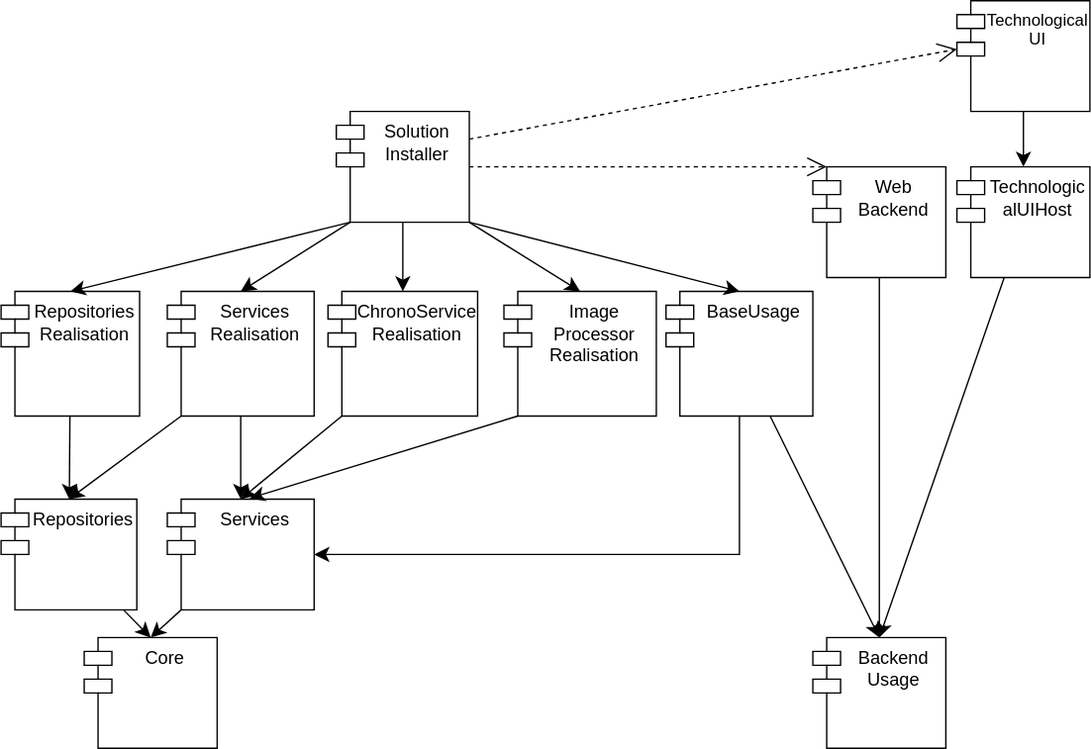
Before: img/components.svg, a diagram exported from draw.io (Kukushenok/competitive-math-game). Source tidied: cells renumbered, new cells last; positions are measured from the earlier drawing's top-left corner, leaving out a move shared by most shapes. Source of this version:
```xml
<mxGraphModel>
  <root>
    <mxCell id="0" />
    <mxCell id="1" parent="0" />
    <mxCell id="2" value="Core" style="shape=module;align=left;spacingLeft=20;align=center;verticalAlign=top;whiteSpace=wrap;html=1;fontSize=13;" parent="1" vertex="1">
      <mxGeometry x="60" y="460" width="96" height="80" as="geometry" />
    </mxCell>
    <mxCell id="3" style="edgeStyle=none;curved=1;rounded=0;jettySize=auto;html=1;entryX=0.5;entryY=0;entryDx=0;entryDy=0;fontSize=13;startSize=8;endSize=8;" parent="1" edge="1" source="4" target="2">
      <mxGeometry relative="1" as="geometry" />
    </mxCell>
    <mxCell id="4" value="Repositories" style="shape=module;align=left;spacingLeft=20;align=center;verticalAlign=top;whiteSpace=wrap;html=1;fontSize=13;" parent="1" vertex="1">
      <mxGeometry y="360" width="98" height="80" as="geometry" />
    </mxCell>
    <mxCell id="5" style="edgeStyle=none;curved=1;rounded=0;jettySize=auto;html=1;entryX=0.5;entryY=0;entryDx=0;entryDy=0;fontSize=13;startSize=8;endSize=8;exitX=0;exitY=1;exitDx=10;exitDy=0;exitPerimeter=0;" parent="1" edge="1" source="6" target="2">
      <mxGeometry relative="1" as="geometry" />
    </mxCell>
    <mxCell id="6" value="Services" style="shape=module;align=left;spacingLeft=20;align=center;verticalAlign=top;whiteSpace=wrap;html=1;fontSize=13;" parent="1" vertex="1">
      <mxGeometry x="120" y="360" width="106" height="80" as="geometry" />
    </mxCell>
    <mxCell id="7" style="edgeStyle=none;curved=1;rounded=0;jettySize=auto;html=1;fontSize=13;startSize=8;endSize=8;" parent="1" edge="1" source="8" target="4">
      <mxGeometry relative="1" as="geometry" />
    </mxCell>
    <mxCell id="8" value="Repositories&lt;div&gt;Realisation&lt;/div&gt;" style="shape=module;align=left;spacingLeft=20;align=center;verticalAlign=top;whiteSpace=wrap;html=1;fontSize=13;" parent="1" vertex="1">
      <mxGeometry y="210" width="100" height="90" as="geometry" />
    </mxCell>
    <mxCell id="9" style="edgeStyle=none;curved=1;rounded=0;jettySize=auto;html=1;fontSize=13;startSize=8;endSize=8;" parent="1" edge="1" source="11" target="6">
      <mxGeometry relative="1" as="geometry" />
    </mxCell>
    <mxCell id="10" style="edgeStyle=none;curved=1;rounded=0;jettySize=auto;html=1;entryX=0.5;entryY=0;entryDx=0;entryDy=0;fontSize=13;startSize=8;endSize=8;exitX=0;exitY=1;exitDx=10;exitDy=0;exitPerimeter=0;" parent="1" edge="1" source="11" target="4">
      <mxGeometry relative="1" as="geometry" />
    </mxCell>
    <mxCell id="11" value="Services&lt;div&gt;Realisation&lt;/div&gt;" style="shape=module;align=left;spacingLeft=20;align=center;verticalAlign=top;whiteSpace=wrap;html=1;fontSize=13;" parent="1" vertex="1">
      <mxGeometry x="120" y="210" width="106" height="90" as="geometry" />
    </mxCell>
    <mxCell id="12" value="Backend&lt;br&gt;Usage" style="shape=module;align=left;spacingLeft=20;align=center;verticalAlign=top;whiteSpace=wrap;html=1;fontSize=13;" parent="1" vertex="1">
      <mxGeometry x="586" y="460" width="96" height="80" as="geometry" />
    </mxCell>
    <mxCell id="13" style="edgeStyle=none;curved=1;rounded=0;jettySize=auto;html=1;entryX=0.5;entryY=0;entryDx=0;entryDy=0;fontSize=13;startSize=8;endSize=8;" parent="1" edge="1" source="14" target="12">
      <mxGeometry relative="1" as="geometry" />
    </mxCell>
    <mxCell id="14" value="BaseUsage" style="shape=module;align=left;spacingLeft=20;align=center;verticalAlign=top;whiteSpace=wrap;html=1;fontSize=13;" parent="1" vertex="1">
      <mxGeometry x="480" y="210" width="106" height="90" as="geometry" />
    </mxCell>
    <mxCell id="15" style="edgeStyle=none;curved=1;rounded=0;jettySize=auto;html=1;entryX=0.5;entryY=0;entryDx=0;entryDy=0;fontSize=13;startSize=8;endSize=8;exitX=0;exitY=1;exitDx=10;exitDy=0;exitPerimeter=0;" parent="1" edge="1" source="20" target="8">
      <mxGeometry relative="1" as="geometry" />
    </mxCell>
    <mxCell id="16" style="edgeStyle=none;curved=1;rounded=0;jettySize=auto;html=1;entryX=0.5;entryY=0;entryDx=0;entryDy=0;fontSize=13;startSize=8;endSize=8;exitX=0;exitY=1;exitDx=10;exitDy=0;exitPerimeter=0;" parent="1" edge="1" source="20" target="11">
      <mxGeometry relative="1" as="geometry" />
    </mxCell>
    <mxCell id="17" style="edgeStyle=none;curved=1;rounded=0;jettySize=auto;html=1;entryX=0.5;entryY=0;entryDx=0;entryDy=0;fontSize=13;startSize=8;endSize=8;exitX=0.5;exitY=1;exitDx=0;exitDy=0;" parent="1" edge="1" source="20" target="28">
      <mxGeometry relative="1" as="geometry" />
    </mxCell>
    <mxCell id="18" style="edgeStyle=none;curved=1;rounded=0;jettySize=auto;html=1;entryX=0.5;entryY=0;entryDx=0;entryDy=0;fontSize=13;startSize=8;endSize=8;exitX=1;exitY=1;exitDx=0;exitDy=0;" parent="1" edge="1" source="20" target="30">
      <mxGeometry relative="1" as="geometry" />
    </mxCell>
    <mxCell id="19" style="edgeStyle=none;curved=1;rounded=0;jettySize=auto;html=1;exitX=1;exitY=1;exitDx=0;exitDy=0;entryX=0.5;entryY=0;entryDx=0;entryDy=0;fontSize=13;startSize=8;endSize=8;" parent="1" edge="1" source="20" target="14">
      <mxGeometry relative="1" as="geometry" />
    </mxCell>
    <mxCell id="20" value="Solution&lt;br&gt;Installer" style="shape=module;align=left;spacingLeft=20;align=center;verticalAlign=top;whiteSpace=wrap;html=1;fontSize=13;" parent="1" vertex="1">
      <mxGeometry x="242" y="80" width="96" height="80" as="geometry" />
    </mxCell>
    <mxCell id="21" style="rounded=0;jettySize=auto;html=1;exitX=0.5;exitY=1;exitDx=0;exitDy=0;fontSize=13;entryX=0.5;entryY=0;entryDx=0;entryDy=0;" parent="1" edge="1" source="22" target="12">
      <mxGeometry relative="1" as="geometry" />
    </mxCell>
    <mxCell id="22" value="Web&lt;br&gt;Backend" style="shape=module;align=left;spacingLeft=20;align=center;verticalAlign=top;whiteSpace=wrap;html=1;fontSize=13;" parent="1" vertex="1">
      <mxGeometry x="586" y="120" width="96" height="80" as="geometry" />
    </mxCell>
    <mxCell id="23" style="edgeStyle=none;curved=1;rounded=0;jettySize=auto;html=1;entryX=0.5;entryY=0;entryDx=0;entryDy=0;fontSize=13;startSize=8;endSize=8;" parent="1" edge="1" source="24" target="26">
      <mxGeometry relative="1" as="geometry" />
    </mxCell>
    <mxCell id="24" value="Technological&lt;br&gt;UI" style="shape=module;align=left;spacingLeft=20;align=center;verticalAlign=top;whiteSpace=wrap;html=1;fontSize=12;" parent="1" vertex="1">
      <mxGeometry x="690" width="96" height="80" as="geometry" />
    </mxCell>
    <mxCell id="25" style="edgeStyle=none;curved=1;rounded=0;jettySize=auto;html=1;entryX=0.5;entryY=0;entryDx=0;entryDy=0;fontSize=13;startSize=8;endSize=8;" parent="1" edge="1" source="26" target="12">
      <mxGeometry relative="1" as="geometry" />
    </mxCell>
    <mxCell id="26" value="Technologic&lt;br&gt;alUIHost" style="shape=module;align=left;spacingLeft=20;align=center;verticalAlign=top;whiteSpace=wrap;html=1;fontSize=13;" parent="1" vertex="1">
      <mxGeometry x="690" y="120" width="96" height="80" as="geometry" />
    </mxCell>
    <mxCell id="27" style="edgeStyle=none;curved=1;rounded=0;jettySize=auto;html=1;fontSize=13;startSize=8;endSize=8;exitX=0;exitY=1;exitDx=10;exitDy=0;exitPerimeter=0;" parent="1" edge="1" source="28">
      <mxGeometry relative="1" as="geometry">
        <mxPoint x="173" y="360" as="targetPoint" />
      </mxGeometry>
    </mxCell>
    <mxCell id="28" value="ChronoService&lt;br&gt;Realisation" style="shape=module;align=left;spacingLeft=20;align=center;verticalAlign=top;whiteSpace=wrap;html=1;fontSize=13;" parent="1" vertex="1">
      <mxGeometry x="236" y="210" width="108" height="90" as="geometry" />
    </mxCell>
    <mxCell id="29" style="edgeStyle=none;curved=1;rounded=0;jettySize=auto;html=1;entryX=0.561;entryY=-0.007;entryDx=0;entryDy=0;fontSize=13;startSize=8;endSize=8;exitX=0;exitY=1;exitDx=10;exitDy=0;exitPerimeter=0;entryPerimeter=0;" parent="1" edge="1" source="30" target="6">
      <mxGeometry relative="1" as="geometry" />
    </mxCell>
    <mxCell id="30" value="Image&lt;br&gt;Processor&lt;br&gt;Realisation" style="shape=module;align=left;spacingLeft=20;align=center;verticalAlign=top;whiteSpace=wrap;html=1;fontSize=13;" parent="1" vertex="1">
      <mxGeometry x="363" y="210" width="110" height="90" as="geometry" />
    </mxCell>
    <mxCell id="31" style="endArrow=open;endSize=12;dashed=1;html=1;rounded=0;exitX=1;exitY=0.5;exitDx=0;exitDy=0;entryX=0;entryY=0;entryDx=10;entryDy=0;entryPerimeter=0;fontSize=13;" parent="1" edge="1" source="20" target="22">
      <mxGeometry relative="1" as="geometry" />
    </mxCell>
    <mxCell id="32" style="endArrow=open;endSize=12;dashed=1;html=1;rounded=0;exitX=1;exitY=0.25;exitDx=0;exitDy=0;entryX=0;entryY=0;entryDx=0;entryDy=35;entryPerimeter=0;fontSize=13;" parent="1" edge="1" source="20" target="24">
      <mxGeometry relative="1" as="geometry" />
    </mxCell>
    <mxCell id="33" style="edgeStyle=orthogonalEdgeStyle;rounded=0;jettySize=auto;html=1;entryX=1;entryY=0.5;entryDx=0;entryDy=0;fontSize=13;startSize=8;endSize=8;exitX=0.5;exitY=1;exitDx=0;exitDy=0;" parent="1" edge="1" source="14" target="6">
      <mxGeometry relative="1" as="geometry" />
    </mxCell>
  </root>
</mxGraphModel>
```
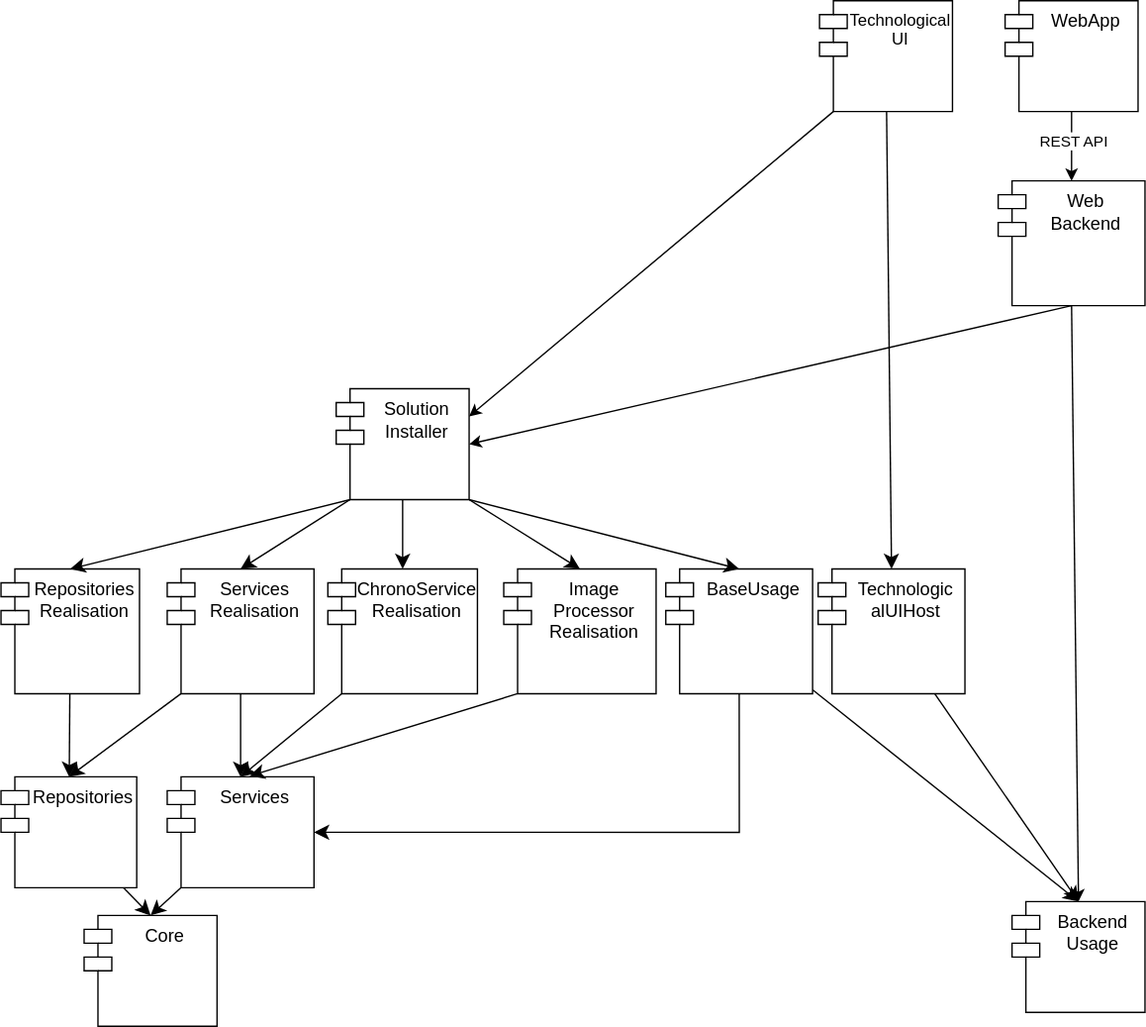
After the commit.

What changed in the source:
```diff
@@ -33,7 +33,7 @@
       <mxGeometry x="120" y="210" width="106" height="90" as="geometry" />
     </mxCell>
     <mxCell id="12" value="Backend&lt;br&gt;Usage" style="shape=module;align=left;spacingLeft=20;align=center;verticalAlign=top;whiteSpace=wrap;html=1;fontSize=13;" parent="1" vertex="1">
-      <mxGeometry x="586" y="460" width="96" height="80" as="geometry" />
+      <mxGeometry x="730" y="450" width="96" height="80" as="geometry" />
     </mxCell>
     <mxCell id="13" style="edgeStyle=none;curved=1;rounded=0;jettySize=auto;html=1;entryX=0.5;entryY=0;entryDx=0;entryDy=0;fontSize=13;startSize=8;endSize=8;" parent="1" edge="1" source="14" target="12">
       <mxGeometry relative="1" as="geometry" />
@@ -62,20 +62,26 @@
     <mxCell id="21" style="rounded=0;jettySize=auto;html=1;exitX=0.5;exitY=1;exitDx=0;exitDy=0;fontSize=13;entryX=0.5;entryY=0;entryDx=0;entryDy=0;" parent="1" edge="1" source="22" target="12">
       <mxGeometry relative="1" as="geometry" />
     </mxCell>
+    <mxCell id="34" style="rounded=0;jettySize=auto;html=1;exitX=0.5;exitY=1;exitDx=0;exitDy=0;entryX=1;entryY=0.5;entryDx=0;entryDy=0;" parent="1" edge="1" source="22" target="20">
+      <mxGeometry relative="1" as="geometry" />
+    </mxCell>
     <mxCell id="22" value="Web&lt;br&gt;Backend" style="shape=module;align=left;spacingLeft=20;align=center;verticalAlign=top;whiteSpace=wrap;html=1;fontSize=13;" parent="1" vertex="1">
-      <mxGeometry x="586" y="120" width="96" height="80" as="geometry" />
+      <mxGeometry x="720" y="-70" width="106" height="90" as="geometry" />
     </mxCell>
     <mxCell id="23" style="edgeStyle=none;curved=1;rounded=0;jettySize=auto;html=1;entryX=0.5;entryY=0;entryDx=0;entryDy=0;fontSize=13;startSize=8;endSize=8;" parent="1" edge="1" source="24" target="26">
       <mxGeometry relative="1" as="geometry" />
     </mxCell>
     <mxCell id="24" value="Technological&lt;br&gt;UI" style="shape=module;align=left;spacingLeft=20;align=center;verticalAlign=top;whiteSpace=wrap;html=1;fontSize=12;" parent="1" vertex="1">
-      <mxGeometry x="690" width="96" height="80" as="geometry" />
+      <mxGeometry x="591" y="-200" width="96" height="80" as="geometry" />
     </mxCell>
     <mxCell id="25" style="edgeStyle=none;curved=1;rounded=0;jettySize=auto;html=1;entryX=0.5;entryY=0;entryDx=0;entryDy=0;fontSize=13;startSize=8;endSize=8;" parent="1" edge="1" source="26" target="12">
       <mxGeometry relative="1" as="geometry" />
     </mxCell>
+    <mxCell id="35" style="rounded=0;jettySize=auto;html=1;exitX=0;exitY=1;exitDx=10;exitDy=0;entryX=1;entryY=0.25;entryDx=0;entryDy=0;exitPerimeter=0;" parent="1" edge="1" source="24" target="20">
+      <mxGeometry relative="1" as="geometry" />
+    </mxCell>
     <mxCell id="26" value="Technologic&lt;br&gt;alUIHost" style="shape=module;align=left;spacingLeft=20;align=center;verticalAlign=top;whiteSpace=wrap;html=1;fontSize=13;" parent="1" vertex="1">
-      <mxGeometry x="690" y="120" width="96" height="80" as="geometry" />
+      <mxGeometry x="590" y="210" width="106" height="90" as="geometry" />
     </mxCell>
     <mxCell id="27" style="edgeStyle=none;curved=1;rounded=0;jettySize=auto;html=1;fontSize=13;startSize=8;endSize=8;exitX=0;exitY=1;exitDx=10;exitDy=0;exitPerimeter=0;" parent="1" edge="1" source="28">
       <mxGeometry relative="1" as="geometry">
@@ -91,14 +97,19 @@
     <mxCell id="30" value="Image&lt;br&gt;Processor&lt;br&gt;Realisation" style="shape=module;align=left;spacingLeft=20;align=center;verticalAlign=top;whiteSpace=wrap;html=1;fontSize=13;" parent="1" vertex="1">
       <mxGeometry x="363" y="210" width="110" height="90" as="geometry" />
     </mxCell>
-    <mxCell id="31" style="endArrow=open;endSize=12;dashed=1;html=1;rounded=0;exitX=1;exitY=0.5;exitDx=0;exitDy=0;entryX=0;entryY=0;entryDx=10;entryDy=0;entryPerimeter=0;fontSize=13;" parent="1" edge="1" source="20" target="22">
-      <mxGeometry relative="1" as="geometry" />
-    </mxCell>
-    <mxCell id="32" style="endArrow=open;endSize=12;dashed=1;html=1;rounded=0;exitX=1;exitY=0.25;exitDx=0;exitDy=0;entryX=0;entryY=0;entryDx=0;entryDy=35;entryPerimeter=0;fontSize=13;" parent="1" edge="1" source="20" target="24">
-      <mxGeometry relative="1" as="geometry" />
-    </mxCell>
     <mxCell id="33" style="edgeStyle=orthogonalEdgeStyle;rounded=0;jettySize=auto;html=1;entryX=1;entryY=0.5;entryDx=0;entryDy=0;fontSize=13;startSize=8;endSize=8;exitX=0.5;exitY=1;exitDx=0;exitDy=0;" parent="1" edge="1" source="14" target="6">
       <mxGeometry relative="1" as="geometry" />
     </mxCell>
+    <mxCell id="36" style="edgeStyle=orthogonalEdgeStyle;rounded=0;jettySize=auto;html=1;entryX=0.5;entryY=0;entryDx=0;entryDy=0;" parent="1" edge="1" source="38" target="22">
+      <mxGeometry relative="1" as="geometry" />
+    </mxCell>
+    <mxCell id="37" value="REST API" style="edgeLabel;html=1;align=center;verticalAlign=middle;" parent="36" vertex="1">
+      <mxGeometry x="-0.34" y="-2" relative="1" as="geometry">
+        <mxPoint x="2" y="3" as="offset" />
+      </mxGeometry>
+    </mxCell>
+    <mxCell id="38" value="WebApp" style="shape=module;align=left;spacingLeft=20;align=center;verticalAlign=top;whiteSpace=wrap;html=1;fontSize=13;" parent="1" vertex="1">
+      <mxGeometry x="725" y="-200" width="96" height="80" as="geometry" />
+    </mxCell>
   </root>
 </mxGraphModel>
```
